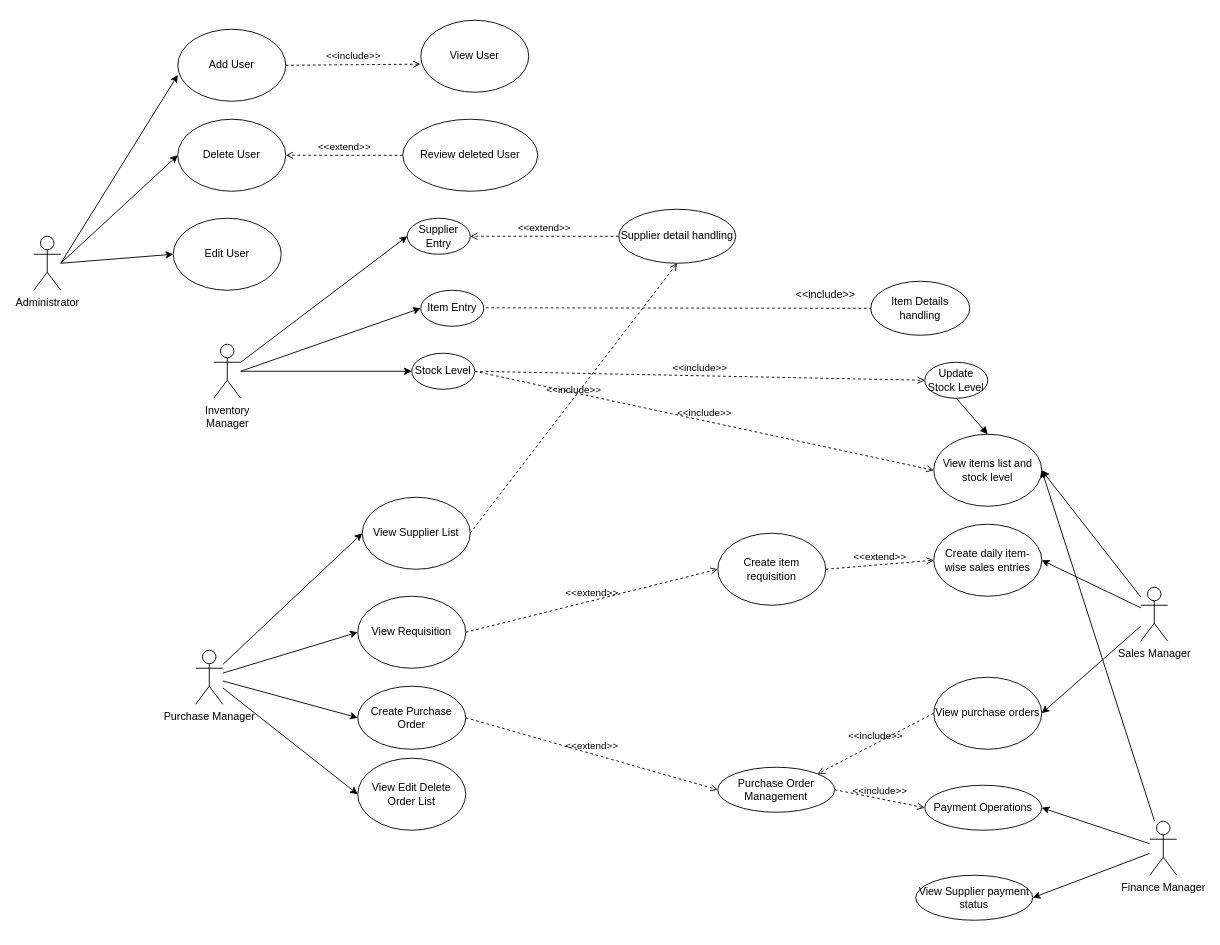
Above: UseCase.drawio in WWeWenBininn/WWeWenBininn (draw.io), before the change. Source tidied: cells renumbered, new cells numbered last; positions are measured from the earlier drawing's top-left corner, leaving out a move shared by most shapes. Both pictures are drawn from the tidied source at 90%, with x=0, y=0 at pixel (33, 20).
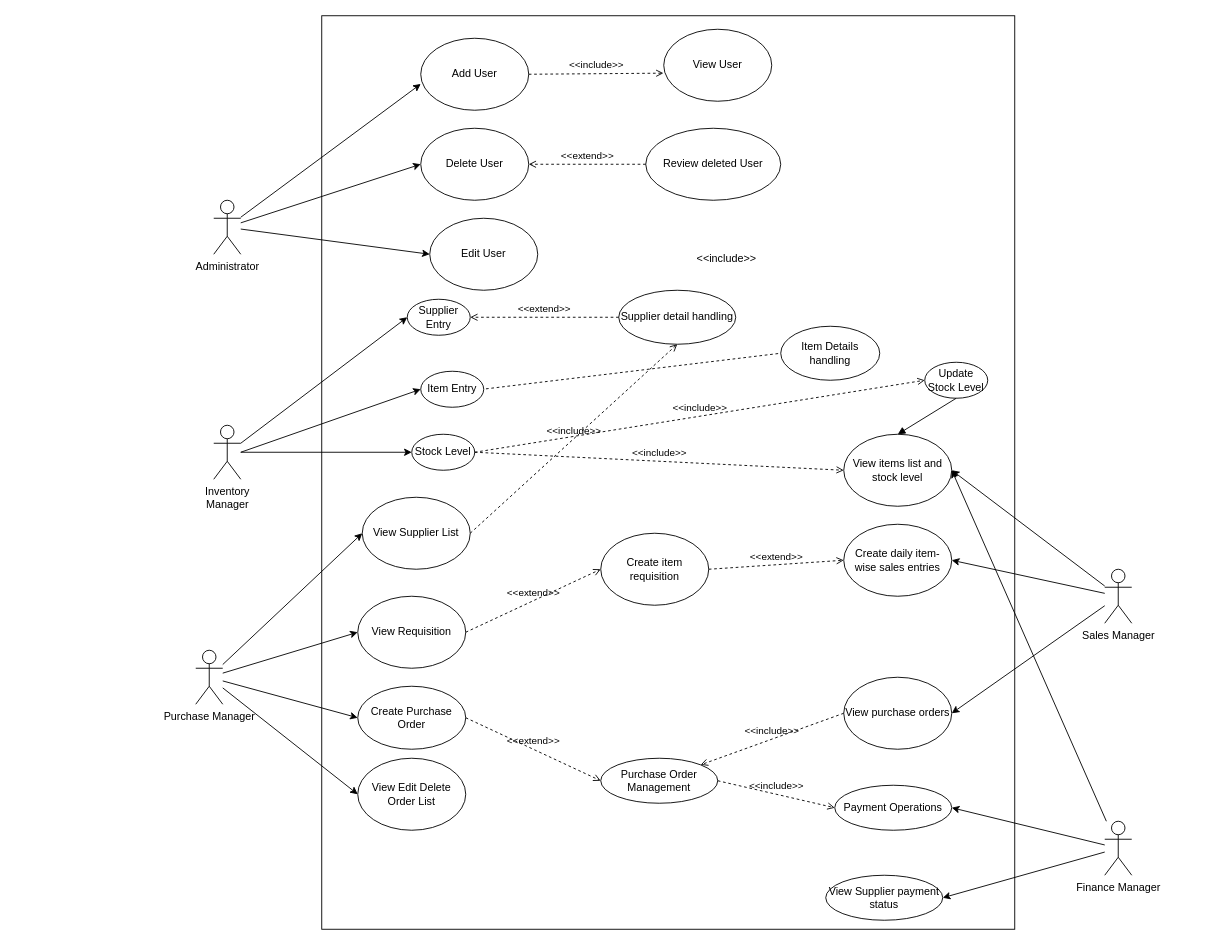
The same diagram, later.

Unchanged cells that the change refers to:
```xml
<mxCell id="25" value="Update Stock Level" style="ellipse;whiteSpace=wrap;html=1;" parent="1" vertex="1">
  <mxGeometry x="990" y="380" width="70" height="40" as="geometry" />
</mxCell>
```

Diff of the diagram source:
```diff
@@
+    <mxCell id="59" style="rounded=0;whiteSpace=wrap;html=1;" parent="1" vertex="1">
+      <mxGeometry x="320" y="-5" width="770" height="1015" as="geometry" />
+    </mxCell>
@@
     <mxCell id="14" value="Sales Manager" style="shape=umlActor;verticalLabelPosition=bottom;verticalAlign=top;html=1;outlineConnect=0;" parent="1" vertex="1">
-      <mxGeometry x="1230" y="630" width="30" height="60" as="geometry" />
+      <mxGeometry x="1190" y="610" width="30" height="60" as="geometry" />
     </mxCell>
     <mxCell id="15" value="View items list and stock level" style="ellipse;whiteSpace=wrap;html=1;" parent="1" vertex="1">
-      <mxGeometry x="1000" y="460" width="120" height="80" as="geometry" />
+      <mxGeometry x="900" y="460" width="120" height="80" as="geometry" />
     </mxCell>
     <mxCell id="16" value="Create daily item-wise sales entries" style="ellipse;whiteSpace=wrap;html=1;" parent="1" vertex="1">
-      <mxGeometry x="1000" y="560" width="120" height="80" as="geometry" />
+      <mxGeometry x="900" y="560" width="120" height="80" as="geometry" />
     </mxCell>
     <mxCell id="17" value="Create item requisition" style="ellipse;whiteSpace=wrap;html=1;" parent="1" vertex="1">
-      <mxGeometry x="760" y="570" width="120" height="80" as="geometry" />
+      <mxGeometry x="630" y="570" width="120" height="80" as="geometry" />
     </mxCell>
     <mxCell id="18" value="View purchase orders" style="ellipse;whiteSpace=wrap;html=1;" parent="1" vertex="1">
-      <mxGeometry x="1000" y="730" width="120" height="80" as="geometry" />
+      <mxGeometry x="900" y="730" width="120" height="80" as="geometry" />
     </mxCell>
     <mxCell id="19" value="Inventory&lt;div&gt;Manager&lt;/div&gt;" style="shape=umlActor;verticalLabelPosition=bottom;verticalAlign=top;html=1;outlineConnect=0;" parent="1" vertex="1">
-      <mxGeometry x="200" y="360" width="30" height="60" as="geometry" />
+      <mxGeometry x="200" y="450" width="30" height="60" as="geometry" />
     </mxCell>
     <mxCell id="20" value="Item Entry" style="ellipse;whiteSpace=wrap;html=1;" parent="1" vertex="1">
-      <mxGeometry x="430" y="300" width="70" height="40" as="geometry" />
+      <mxGeometry x="430" y="390" width="70" height="40" as="geometry" />
     </mxCell>
     <mxCell id="21" value="Supplier Entry" style="ellipse;whiteSpace=wrap;html=1;" parent="1" vertex="1">
-      <mxGeometry x="415" y="220" width="70" height="40" as="geometry" />
+      <mxGeometry x="415" y="310" width="70" height="40" as="geometry" />
     </mxCell>
     <mxCell id="22" value="Stock Level" style="ellipse;whiteSpace=wrap;html=1;" parent="1" vertex="1">
-      <mxGeometry x="420" y="370" width="70" height="40" as="geometry" />
+      <mxGeometry x="420" y="460" width="70" height="40" as="geometry" />
     </mxCell>
     <mxCell id="23" value="Item Details handling" style="ellipse;whiteSpace=wrap;html=1;" parent="1" vertex="1">
-      <mxGeometry x="930" y="290" width="110" height="60" as="geometry" />
+      <mxGeometry x="830" y="340" width="110" height="60" as="geometry" />
     </mxCell>
     <mxCell id="24" value="Supplier detail handling" style="ellipse;whiteSpace=wrap;html=1;" parent="1" vertex="1">
-      <mxGeometry x="650" y="210" width="130" height="60" as="geometry" />
+      <mxGeometry x="650" y="300" width="130" height="60" as="geometry" />
     </mxCell>
@@
     <mxCell id="26" style="endArrow=classic;html=1;rounded=0;entryX=0;entryY=0.5;entryDx=0;entryDy=0;" parent="1" edge="1" target="20">
       <mxGeometry relative="1" as="geometry">
-        <mxPoint x="230" y="390" as="sourcePoint" />
+        <mxPoint x="230" y="480" as="sourcePoint" />
       </mxGeometry>
     </mxCell>
@@
     <mxCell id="30" value="&amp;lt;&amp;lt;include&amp;gt;&amp;gt;" style="text;html=1;align=center;verticalAlign=middle;whiteSpace=wrap;rounded=0;" parent="1" vertex="1">
-      <mxGeometry x="850" y="290" width="60" height="30" as="geometry" />
+      <mxGeometry x="740" y="250" width="60" height="30" as="geometry" />
     </mxCell>
@@
     <mxCell id="33" style="html=1;verticalAlign=bottom;labelBackgroundColor=none;endArrow=block;endFill=1;rounded=0;exitX=0.5;exitY=1;exitDx=0;exitDy=0;" parent="1" edge="1" source="25">
       <mxGeometry relative="1" as="geometry">
-        <mxPoint x="1060" y="460" as="targetPoint" />
+        <mxPoint x="960" y="460" as="targetPoint" />
       </mxGeometry>
     </mxCell>
     <mxCell id="34" value="Payment Operations" style="ellipse;whiteSpace=wrap;html=1;" parent="1" vertex="1">
-      <mxGeometry x="990" y="850" width="130" height="50" as="geometry" />
+      <mxGeometry x="890" y="850" width="130" height="50" as="geometry" />
     </mxCell>
@@
     <mxCell id="38" value="Finance Manager" style="shape=umlActor;verticalLabelPosition=bottom;verticalAlign=top;html=1;outlineConnect=0;" parent="1" vertex="1">
-      <mxGeometry x="1240" y="890" width="30" height="60" as="geometry" />
+      <mxGeometry x="1190" y="890" width="30" height="60" as="geometry" />
     </mxCell>
     <mxCell id="39" value="Purchase Order Management" style="ellipse;whiteSpace=wrap;html=1;" parent="1" vertex="1">
-      <mxGeometry x="760" y="830" width="130" height="50" as="geometry" />
+      <mxGeometry x="630" y="820" width="130" height="50" as="geometry" />
     </mxCell>
     <mxCell id="40" value="View Supplier payment status" style="ellipse;whiteSpace=wrap;html=1;" parent="1" vertex="1">
-      <mxGeometry x="980" y="950" width="130" height="50" as="geometry" />
+      <mxGeometry x="880" y="950" width="130" height="50" as="geometry" />
     </mxCell>
@@
     <mxCell id="48" value="Delete User" style="ellipse;whiteSpace=wrap;html=1;" parent="1" vertex="1">
-      <mxGeometry x="160" y="110" width="120" height="80" as="geometry" />
+      <mxGeometry x="430" y="120" width="120" height="80" as="geometry" />
     </mxCell>
     <mxCell id="49" value="Add User" style="ellipse;whiteSpace=wrap;html=1;" parent="1" vertex="1">
-      <mxGeometry x="160" y="10" width="120" height="80" as="geometry" />
+      <mxGeometry x="430" y="20" width="120" height="80" as="geometry" />
     </mxCell>
     <mxCell id="50" value="Edit User" style="ellipse;whiteSpace=wrap;html=1;" parent="1" vertex="1">
-      <mxGeometry x="155" y="220" width="120" height="80" as="geometry" />
+      <mxGeometry x="440" y="220" width="120" height="80" as="geometry" />
     </mxCell>
     <mxCell id="51" value="View User" style="ellipse;whiteSpace=wrap;html=1;" parent="1" vertex="1">
-      <mxGeometry x="430" width="120" height="80" as="geometry" />
+      <mxGeometry x="700" y="10" width="120" height="80" as="geometry" />
     </mxCell>
     <mxCell id="52" value="Review deleted User" style="ellipse;whiteSpace=wrap;html=1;" parent="1" vertex="1">
-      <mxGeometry x="410" y="110" width="150" height="80" as="geometry" />
+      <mxGeometry x="680" y="120" width="150" height="80" as="geometry" />
     </mxCell>
-    <mxCell id="53" style="endArrow=classic;html=1;rounded=0;entryX=0;entryY=0.635;entryDx=0;entryDy=0;entryPerimeter=0;" parent="1" edge="1" target="49">
-      <mxGeometry relative="1" as="geometry">
-        <mxPoint x="30" y="270" as="sourcePoint" />
-      </mxGeometry>
+    <mxCell id="53" style="endArrow=classic;html=1;rounded=0;entryX=0;entryY=0.635;entryDx=0;entryDy=0;entryPerimeter=0;" parent="1" edge="1" source="56" target="49">
+      <mxGeometry relative="1" as="geometry" />
     </mxCell>
-    <mxCell id="54" style="endArrow=classic;html=1;rounded=0;entryX=0;entryY=0.5;entryDx=0;entryDy=0;" parent="1" edge="1" target="48">
-      <mxGeometry relative="1" as="geometry">
-        <mxPoint x="30" y="270" as="sourcePoint" />
-      </mxGeometry>
+    <mxCell id="54" style="endArrow=classic;html=1;rounded=0;entryX=0;entryY=0.5;entryDx=0;entryDy=0;" parent="1" edge="1" source="56" target="48">
+      <mxGeometry relative="1" as="geometry" />
     </mxCell>
-    <mxCell id="55" style="endArrow=classic;html=1;rounded=0;entryX=0;entryY=0.5;entryDx=0;entryDy=0;" parent="1" edge="1" target="50">
-      <mxGeometry relative="1" as="geometry">
-        <mxPoint x="30" y="270" as="sourcePoint" />
-      </mxGeometry>
+    <mxCell id="55" style="endArrow=classic;html=1;rounded=0;entryX=0;entryY=0.5;entryDx=0;entryDy=0;" parent="1" edge="1" source="56" target="50">
+      <mxGeometry relative="1" as="geometry" />
     </mxCell>
     <mxCell id="56" value="Administrator" style="shape=umlActor;verticalLabelPosition=bottom;verticalAlign=top;html=1;outlineConnect=0;" parent="1" vertex="1">
-      <mxGeometry y="240" width="30" height="60" as="geometry" />
+      <mxGeometry x="200" y="200" width="30" height="60" as="geometry" />
     </mxCell>
```
